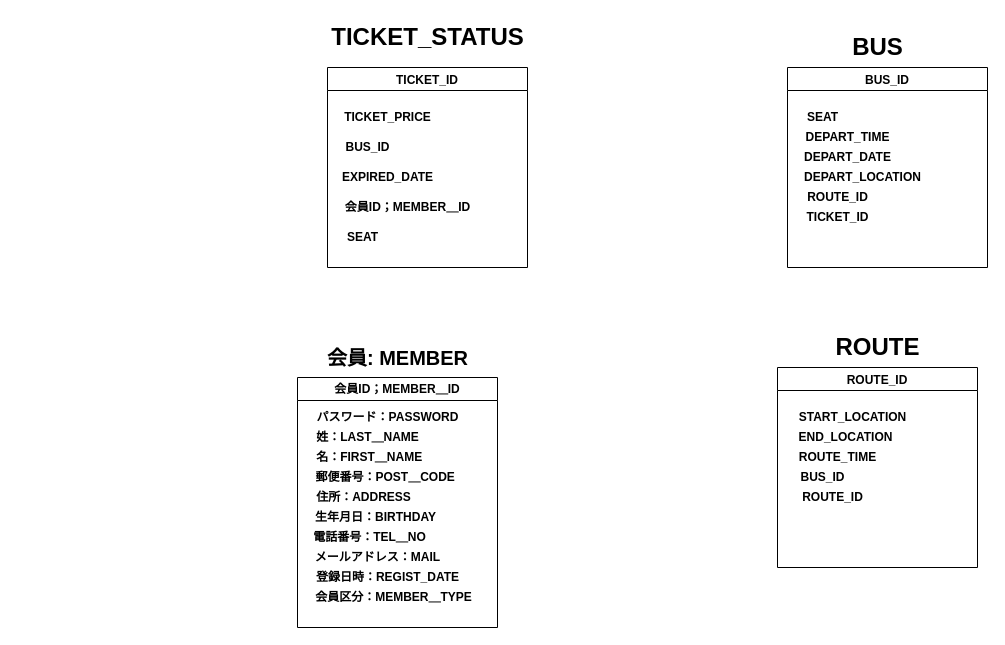
AnhTuan-Nguyen99/ERMap keeps this draw.io diagram as Untitled Diagram.drawio. Above is the earlier version. Source tidied: cells renumbered, new cells numbered last; positions are measured from the earlier drawing's top-left corner, leaving out a move shared by most shapes. Both pictures are drawn from the tidied source at 100%, with x=0, y=0 at pixel (267, 17).
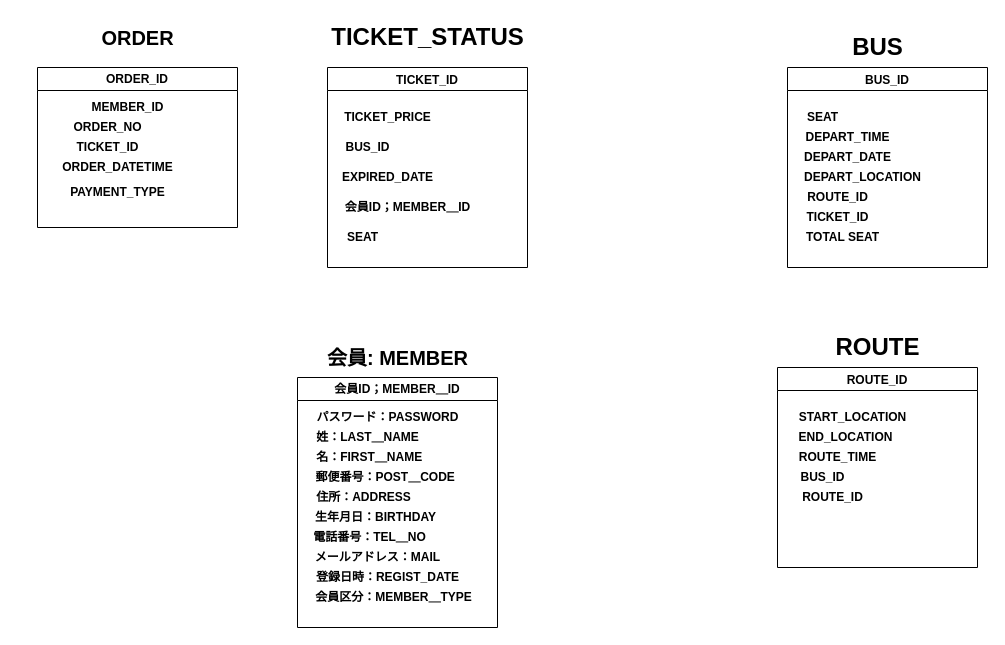
The same diagram, later.

The change refers to these unchanged cells:
```xml
<mxCell id="21" value="BUS_ID" style="swimlane;" parent="1" vertex="1">
  <mxGeometry x="520" y="50" width="200" height="200" as="geometry" />
</mxCell>
```

Diff of the diagram source:
```diff
@@
+    <mxCell id="36" value="TOTAL SEAT" style="text;strokeColor=none;fillColor=none;html=1;fontSize=12;fontStyle=1;verticalAlign=middle;align=center;" parent="21" vertex="1">
+      <mxGeometry x="-35" y="160" width="180" height="20" as="geometry" />
+    </mxCell>
@@
+    <mxCell id="37" value="ORDER_ID" style="swimlane;whiteSpace=wrap;html=1;" parent="1" vertex="1">
+      <mxGeometry x="-230" y="50" width="200" height="160" as="geometry" />
+    </mxCell>
+    <mxCell id="38" value="MEMBER_ID" style="text;strokeColor=none;fillColor=none;html=1;fontSize=12;fontStyle=1;verticalAlign=middle;align=center;" parent="37" vertex="1">
+      <mxGeometry y="30" width="180" height="20" as="geometry" />
+    </mxCell>
+    <mxCell id="39" value="ORDER_NO" style="text;strokeColor=none;fillColor=none;html=1;fontSize=12;fontStyle=1;verticalAlign=middle;align=center;" parent="37" vertex="1">
+      <mxGeometry x="-20" y="50" width="180" height="20" as="geometry" />
+    </mxCell>
+    <mxCell id="40" value="TICKET_ID" style="text;strokeColor=none;fillColor=none;html=1;fontSize=12;fontStyle=1;verticalAlign=middle;align=center;" parent="37" vertex="1">
+      <mxGeometry x="-20" y="70" width="180" height="20" as="geometry" />
+    </mxCell>
+    <mxCell id="41" value="ORDER_DATETIME" style="text;strokeColor=none;fillColor=none;html=1;fontSize=12;fontStyle=1;verticalAlign=middle;align=center;" parent="37" vertex="1">
+      <mxGeometry x="-10" y="90" width="180" height="20" as="geometry" />
+    </mxCell>
+    <mxCell id="42" value="PAYMENT_TYPE" style="text;strokeColor=none;fillColor=none;html=1;fontSize=12;fontStyle=1;verticalAlign=middle;align=center;" parent="37" vertex="1">
+      <mxGeometry x="-10" y="115" width="180" height="20" as="geometry" />
+    </mxCell>
+    <mxCell id="43" value="ORDER" style="text;strokeColor=none;fillColor=none;html=1;fontSize=20;fontStyle=1;verticalAlign=middle;align=center;" parent="1" vertex="1">
+      <mxGeometry x="-230" width="200" height="40" as="geometry" />
+    </mxCell>
```
